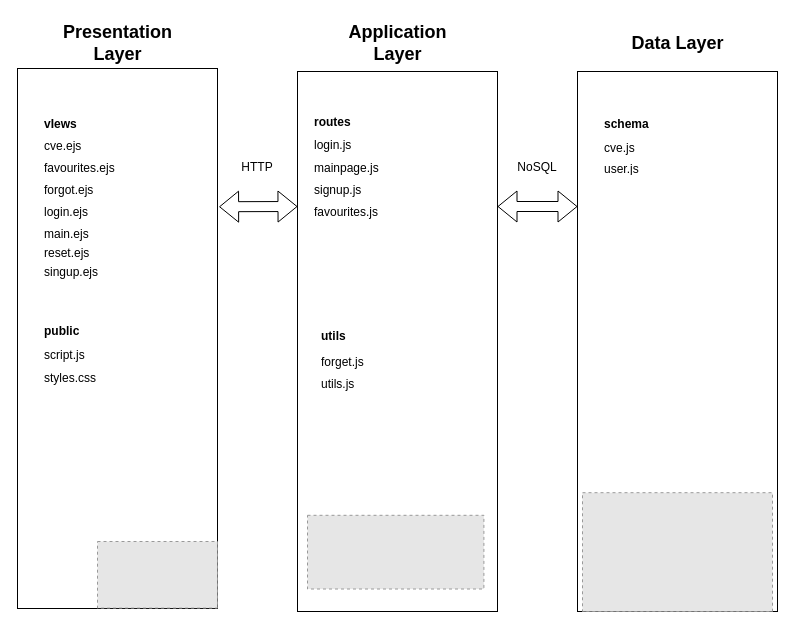
xIHAx/CVEVault keeps this draw.io diagram as Architecture.drawio. Above is the earlier version. Source tidied: cells renumbered, new cells numbered last; positions are measured from the earlier drawing's top-left corner, leaving out a move shared by most shapes. Both pictures are drawn from the tidied source at 100%, with x=0, y=0 at pixel (17, 17). Pictures stored in the file or linked from it are replaced by grey dashed boxes.
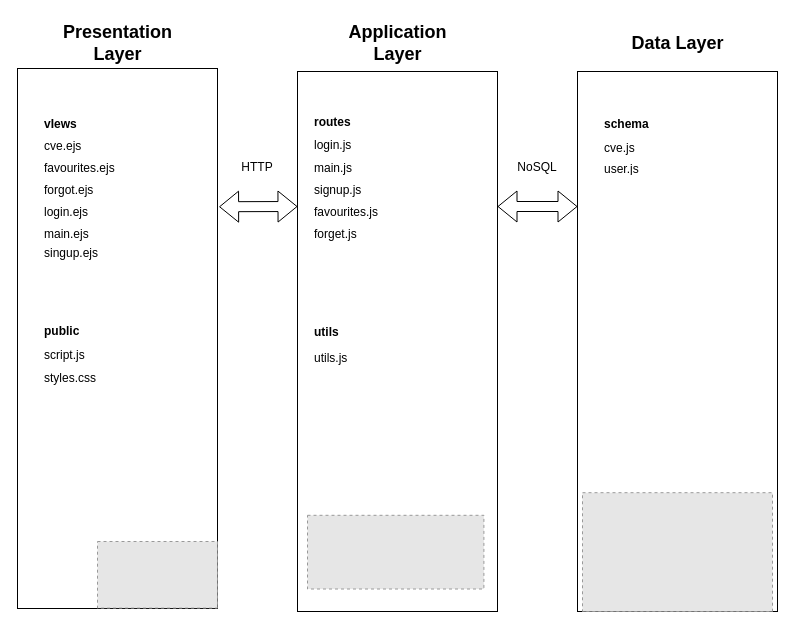
After the change.

The change refers to these unchanged cells:
```xml
<mxCell id="16" style="shape=tableRow;horizontal=0;startSize=0;swimlaneHead=0;swimlaneBody=0;strokeColor=inherit;top=0;left=0;bottom=0;right=0;fillColor=none;fontSize=16;" parent="3" vertex="1">
  <mxGeometry y="132" width="87" height="19" as="geometry" />
</mxCell>
<mxCell id="18" style="shape=tableRow;horizontal=0;startSize=0;swimlaneHead=0;swimlaneBody=0;strokeColor=inherit;top=0;left=0;bottom=0;right=0;fillColor=none;fontSize=16;" parent="3" vertex="1">
  <mxGeometry y="151" width="87" height="19" as="geometry" />
</mxCell>
<mxCell id="36" style="shape=tableRow;horizontal=0;startSize=0;swimlaneHead=0;swimlaneBody=0;strokeColor=inherit;top=0;left=0;bottom=0;right=0;fillColor=none;fontSize=16;" parent="31" vertex="1">
  <mxGeometry y="46" width="74" height="22" as="geometry" />
</mxCell>
<mxCell id="64" style="shape=tableRow;horizontal=0;startSize=0;swimlaneHead=0;swimlaneBody=0;strokeColor=inherit;top=0;left=0;bottom=0;right=0;fillColor=none;fontSize=16;" parent="61" vertex="1">
  <mxGeometry y="29" width="60" height="24" as="geometry" />
</mxCell>
<mxCell id="66" style="shape=tableRow;horizontal=0;startSize=0;swimlaneHead=0;swimlaneBody=0;strokeColor=inherit;top=0;left=0;bottom=0;right=0;fillColor=none;fontSize=16;" parent="61" vertex="1">
  <mxGeometry y="53" width="60" height="19" as="geometry" />
</mxCell>
```

What changed in the source:
```diff
@@
-    <mxCell id="17" value="reset.ejs" style="shape=partialRectangle;html=1;whiteSpace=wrap;strokeColor=inherit;overflow=hidden;fillColor=none;top=0;left=0;bottom=0;right=0;fontSize=12;align=left;spacingLeft=5;" parent="16" vertex="1">
+    <mxCell id="17" value="singup.ejs" style="shape=partialRectangle;html=1;whiteSpace=wrap;strokeColor=inherit;overflow=hidden;fillColor=none;top=0;left=0;bottom=0;right=0;fontSize=12;align=left;spacingLeft=5;" parent="16" vertex="1">
       <mxGeometry width="87" height="19" as="geometry" />
     </mxCell>
@@
-    <mxCell id="19" value="singup.ejs" style="shape=partialRectangle;html=1;whiteSpace=wrap;strokeColor=inherit;overflow=hidden;fillColor=none;top=0;left=0;bottom=0;right=0;fontSize=12;align=left;spacingLeft=5;" parent="18" vertex="1">
+    <mxCell id="19" style="shape=partialRectangle;html=1;whiteSpace=wrap;strokeColor=inherit;overflow=hidden;fillColor=none;top=0;left=0;bottom=0;right=0;fontSize=12;align=left;spacingLeft=5;" parent="18" vertex="1">
       <mxGeometry width="87" height="19" as="geometry" />
     </mxCell>
@@
     <mxCell id="31" style="shape=table;startSize=0;childLayout=tableLayout;fontSize=11;fillColor=none;strokeColor=none;" parent="1" vertex="1">
-      <mxGeometry x="290" y="94" width="74" height="111.5" as="geometry" />
+      <mxGeometry x="290" y="94" width="74" height="133.5" as="geometry" />
     </mxCell>
@@
-    <mxCell id="37" value="mainpage.js" style="shape=partialRectangle;html=1;whiteSpace=wrap;strokeColor=inherit;overflow=hidden;fillColor=none;top=0;left=0;bottom=0;right=0;fontSize=12;align=left;spacingLeft=5;" parent="36" vertex="1">
+    <mxCell id="37" value="main.js" style="shape=partialRectangle;html=1;whiteSpace=wrap;strokeColor=inherit;overflow=hidden;fillColor=none;top=0;left=0;bottom=0;right=0;fontSize=12;align=left;spacingLeft=5;" parent="36" vertex="1">
       <mxGeometry width="74" height="22" as="geometry" />
     </mxCell>
@@
+    <mxCell id="70" style="shape=tableRow;horizontal=0;startSize=0;swimlaneHead=0;swimlaneBody=0;strokeColor=inherit;top=0;left=0;bottom=0;right=0;fillColor=none;fontSize=16;" parent="31" vertex="1">
+      <mxGeometry y="112" width="74" height="21" as="geometry" />
+    </mxCell>
+    <mxCell id="71" value="forget.js" style="shape=partialRectangle;html=1;whiteSpace=wrap;strokeColor=inherit;overflow=hidden;fillColor=none;top=0;left=0;bottom=0;right=0;fontSize=12;align=left;spacingLeft=5;" parent="70" vertex="1">
+      <mxGeometry width="74" height="21" as="geometry" />
+    </mxCell>
@@
     <mxCell id="61" style="shape=table;startSize=0;childLayout=tableLayout;fontSize=11;fillColor=none;strokeColor=none;" parent="1" vertex="1">
-      <mxGeometry x="297" y="304" width="60" height="91" as="geometry" />
+      <mxGeometry x="290" y="300" width="60" height="91" as="geometry" />
     </mxCell>
@@
-    <mxCell id="65" value="forget.js" style="shape=partialRectangle;html=1;whiteSpace=wrap;strokeColor=inherit;overflow=hidden;fillColor=none;top=0;left=0;bottom=0;right=0;fontSize=12;align=left;spacingLeft=5;" parent="64" vertex="1">
+    <mxCell id="65" value="utils.js" style="shape=partialRectangle;html=1;whiteSpace=wrap;strokeColor=inherit;overflow=hidden;fillColor=none;top=0;left=0;bottom=0;right=0;fontSize=12;align=left;spacingLeft=5;" parent="64" vertex="1">
       <mxGeometry width="60" height="24" as="geometry" />
     </mxCell>
@@
-    <mxCell id="67" value="utils.js" style="shape=partialRectangle;html=1;whiteSpace=wrap;strokeColor=inherit;overflow=hidden;fillColor=none;top=0;left=0;bottom=0;right=0;fontSize=12;align=left;spacingLeft=5;" parent="66" vertex="1">
+    <mxCell id="67" style="shape=partialRectangle;html=1;whiteSpace=wrap;strokeColor=inherit;overflow=hidden;fillColor=none;top=0;left=0;bottom=0;right=0;fontSize=12;align=left;spacingLeft=5;" parent="66" vertex="1">
       <mxGeometry width="60" height="19" as="geometry" />
     </mxCell>
```
